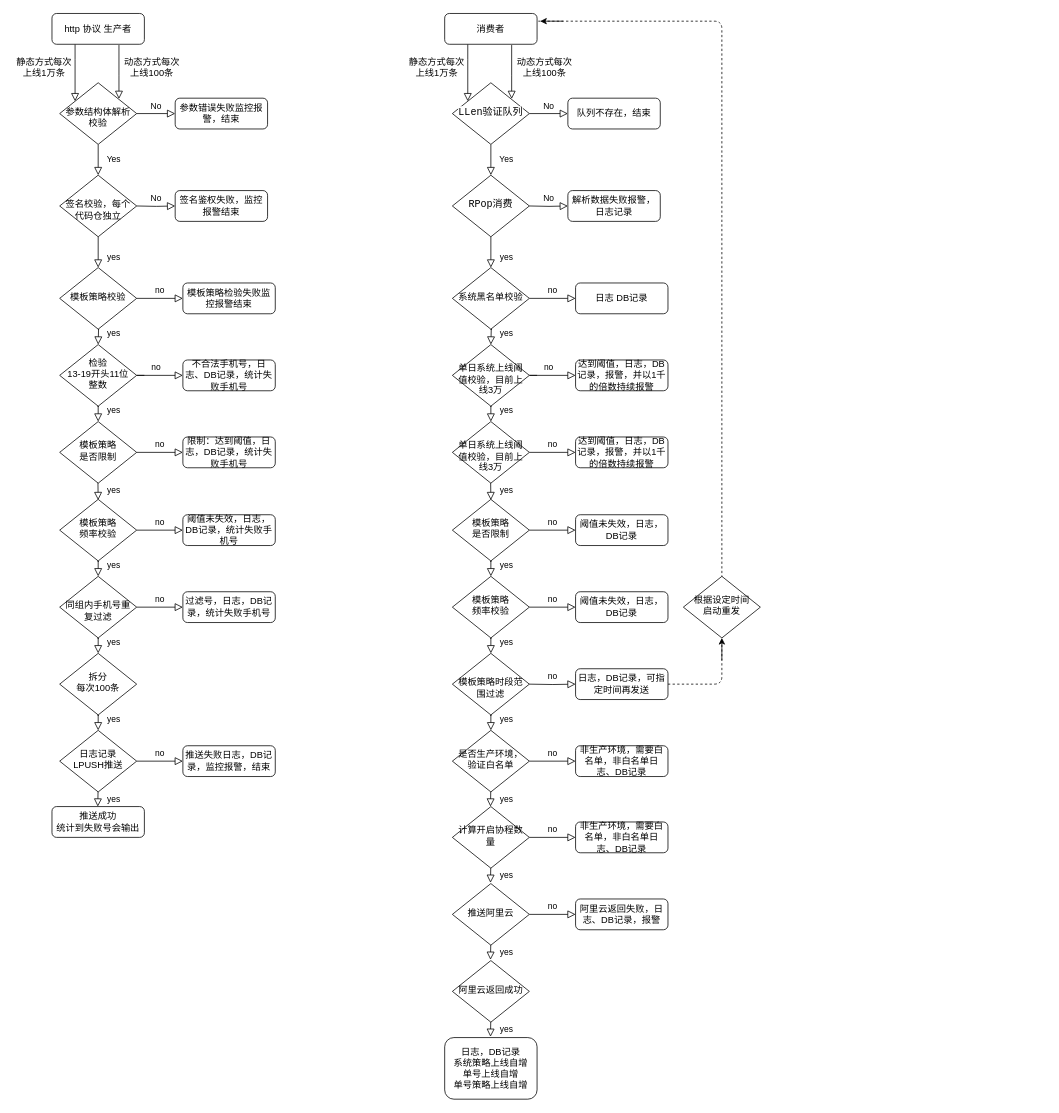
This is 新短信发送流程图.drawio from akun87/activity, a draw.io file, before an edit. Source tidied: cells renumbered, new cells numbered last; positions are measured from the earlier drawing's top-left corner, leaving out a move shared by most shapes. Both pictures are drawn from the tidied source at 77%, with x=0, y=0 at pixel (13, 13).
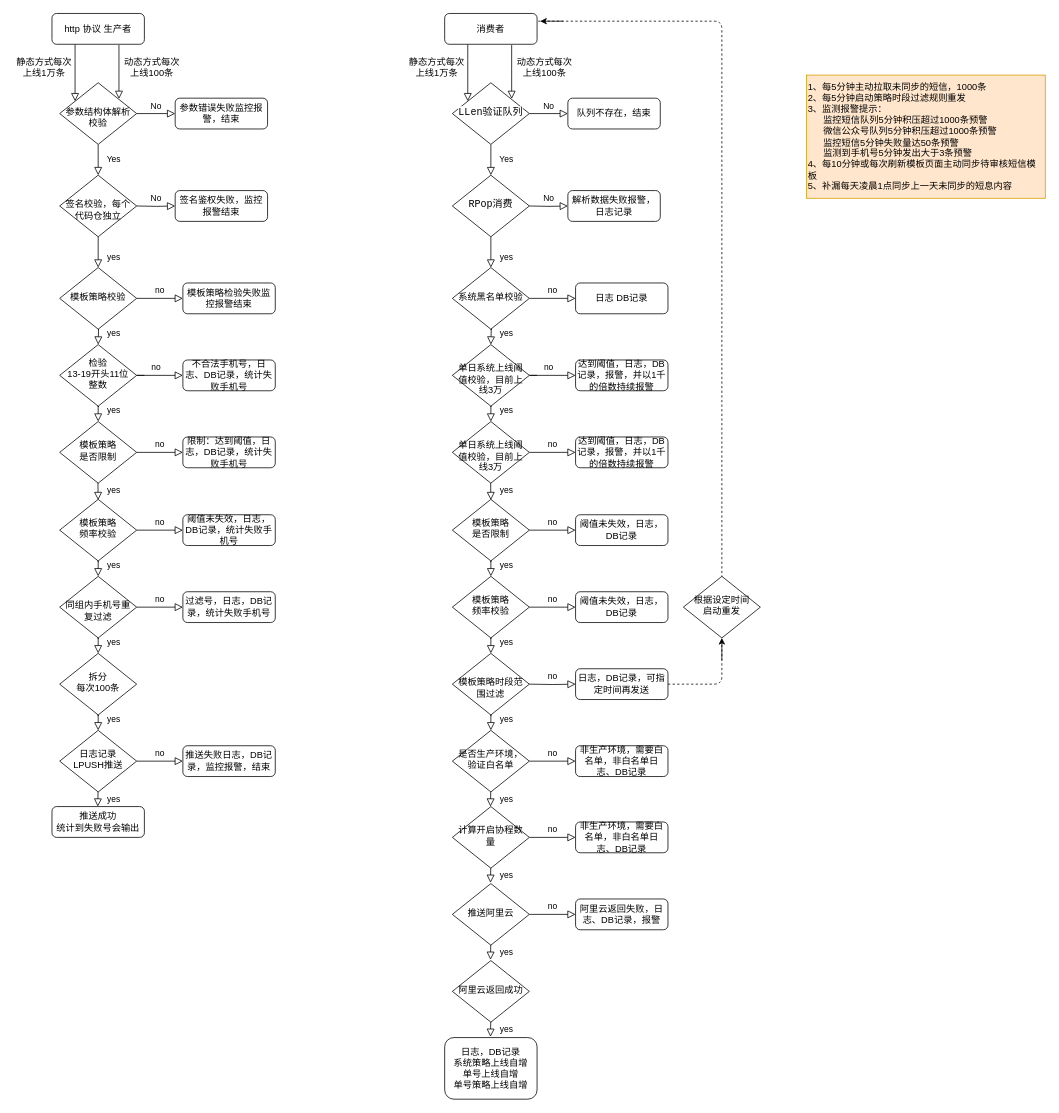
After the change.

Commit message:
更新新短信发送流程图.drawio

Change to the diagram source:
```diff
@@
+    <mxCell id="98" value="&lt;div&gt;1、每5分钟主动拉取未同步的短信，1000条&lt;/div&gt;&lt;div&gt;2、每5分钟启动策略时段过滤规则重发&lt;/div&gt;&lt;div&gt;3、监测报警提示：&lt;/div&gt;&lt;div&gt;&amp;nbsp;&amp;nbsp;&amp;nbsp;&amp;nbsp;&amp;nbsp; 监控短信队列5分钟积压超过1000条预警&lt;br&gt;&amp;nbsp;&amp;nbsp;&amp;nbsp;&amp;nbsp;&amp;nbsp; 微信公众号队列5分钟积压超过1000条预警&lt;br&gt;&amp;nbsp;&amp;nbsp;&amp;nbsp;&amp;nbsp;&amp;nbsp; 监控短信5分钟失败量达50条预警&lt;br&gt;&amp;nbsp;&amp;nbsp;&amp;nbsp;&amp;nbsp;&amp;nbsp; 监测到手机号5分钟发出大于3条预警&lt;/div&gt;&lt;div&gt;4、每10分钟或每次刷新模板页面主动同步待审核短信模板&lt;/div&gt;&lt;div&gt;5、补漏每天凌晨1点同步上一天未同步的短息内容&lt;br&gt;&lt;/div&gt;" style="rounded=0;whiteSpace=wrap;html=1;fillColor=#ffe6cc;strokeColor=#d79b00;align=left;" parent="1" vertex="1">
+      <mxGeometry x="1030" y="80" width="310" height="160" as="geometry" />
+    </mxCell>
```
